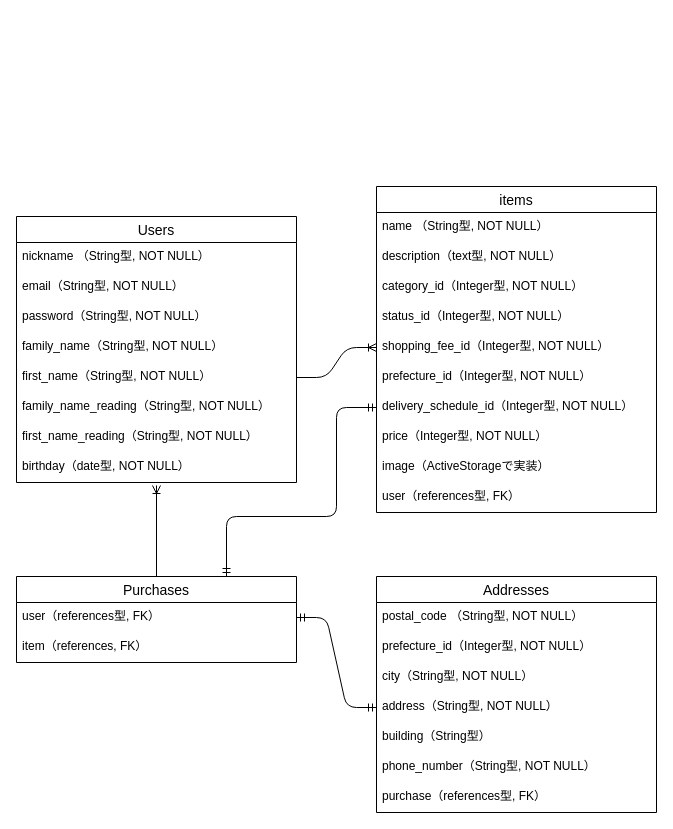
Above: furima-30499.dio in nikumiso213/furima-30499 (draw.io), before the change. Source tidied: cells renumbered, new cells numbered last; positions are measured from the earlier drawing's top-left corner, leaving out a move shared by most shapes. Both pictures are drawn from the tidied source at 100%, with x=0, y=0 at pixel (16, 186).
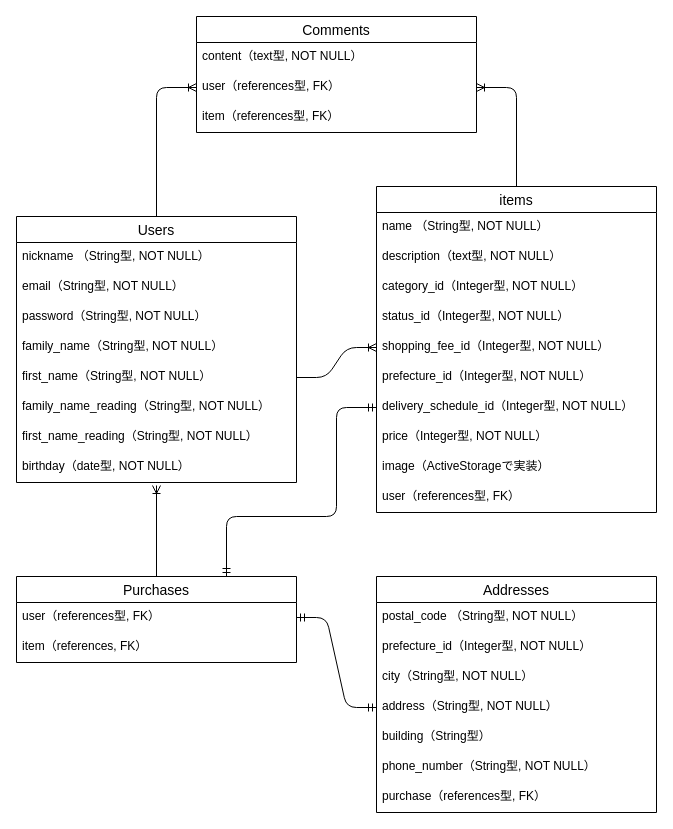
After the change.

Commit message (it also covers changes not shown here):
ER図、READMEファイルの編集

Unchanged cells that the change refers to:
```xml
<mxCell id="2" value="Users" style="swimlane;fontStyle=0;horizontal=1;startSize=26;align=center;fontSize=14;" parent="1" vertex="1">
  <mxGeometry y="30" width="280" height="266" as="geometry" />
</mxCell>
<mxCell id="18" value="items" style="swimlane;fontStyle=0;horizontal=1;startSize=26;align=center;fontSize=14;" parent="1" vertex="1">
  <mxGeometry x="360" width="280" height="326" as="geometry" />
</mxCell>
```

The edit, as a diff of the source:
```diff
@@
+    <mxCell id="37" value="Comments" style="swimlane;fontStyle=0;horizontal=1;startSize=26;align=center;fontSize=14;" parent="1" vertex="1">
+      <mxGeometry x="180" y="-170" width="280" height="116" as="geometry" />
+    </mxCell>
+    <mxCell id="38" value="content（text型, NOT NULL）" style="text;strokeColor=none;fillColor=none;spacingLeft=4;spacingRight=4;overflow=hidden;fontSize=12;" parent="37" vertex="1">
+      <mxGeometry y="26" width="280" height="30" as="geometry" />
+    </mxCell>
+    <mxCell id="39" value="user（references型, FK）" style="text;strokeColor=none;fillColor=none;spacingLeft=4;spacingRight=4;overflow=hidden;points=[[0,0.5],[1,0.5]];portConstraint=eastwest;fontSize=12;" parent="37" vertex="1">
+      <mxGeometry y="56" width="280" height="30" as="geometry" />
+    </mxCell>
+    <mxCell id="40" value="item（references型, FK）" style="text;strokeColor=none;fillColor=none;spacingLeft=4;spacingRight=4;overflow=hidden;fontSize=12;" parent="37" vertex="1">
+      <mxGeometry y="86" width="280" height="30" as="geometry" />
+    </mxCell>
+    <mxCell id="41" style="edgeStyle=orthogonalEdgeStyle;fontSize=12;html=1;endArrow=ERoneToMany;exitX=0.5;exitY=0;exitDx=0;exitDy=0;entryX=1;entryY=0.5;entryDx=0;entryDy=0;" parent="1" edge="1" source="18" target="39">
+      <mxGeometry relative="1" as="geometry" />
+    </mxCell>
+    <mxCell id="42" style="edgeStyle=orthogonalEdgeStyle;fontSize=12;html=1;endArrow=ERoneToMany;exitX=0.5;exitY=0;exitDx=0;exitDy=0;entryX=0;entryY=0.5;entryDx=0;entryDy=0;" parent="1" edge="1" source="2" target="39">
+      <mxGeometry relative="1" as="geometry" />
+    </mxCell>
```
